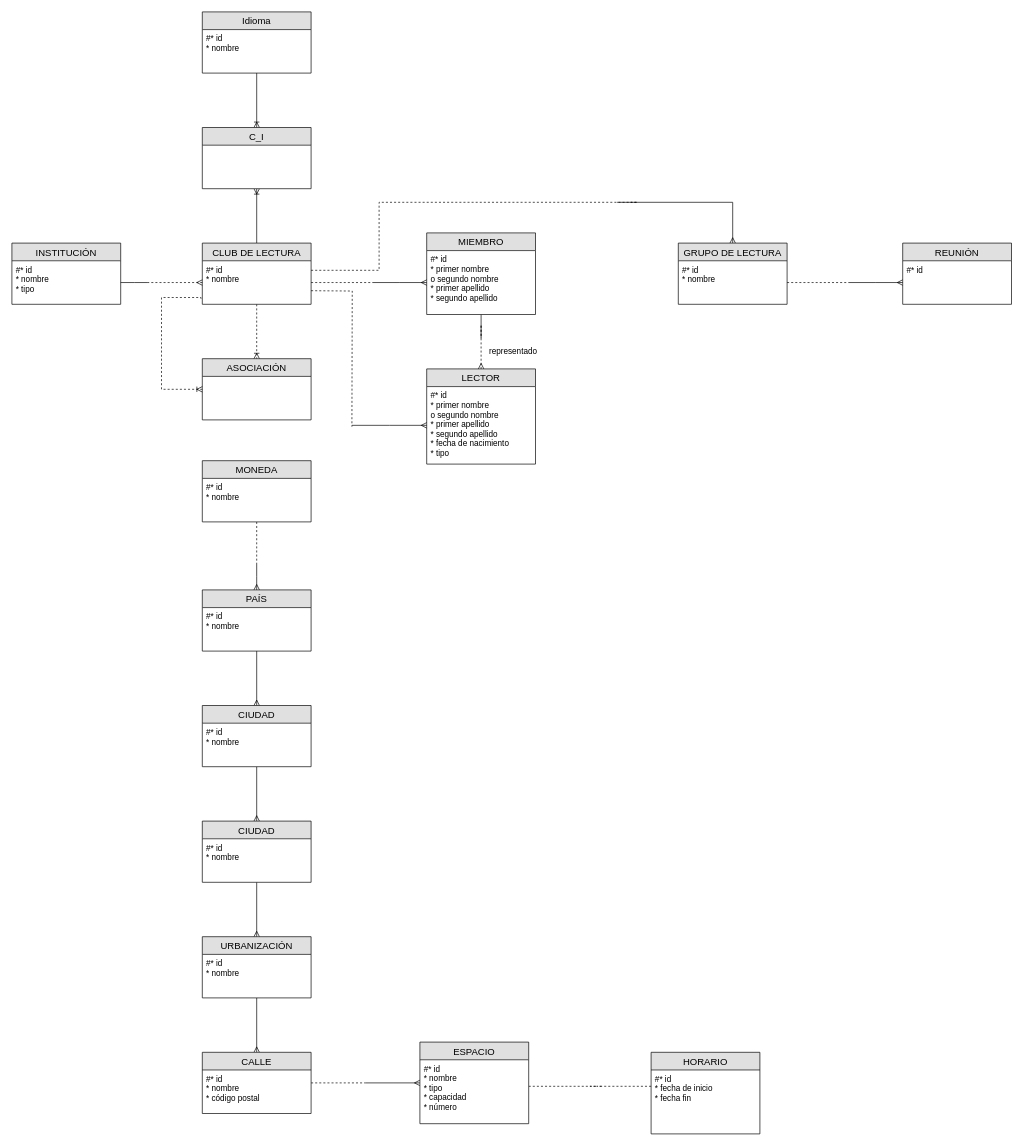
The draw.io diagram DB I/ER.drawio in NeutronBlast/IS-Ex, before the edit. Source tidied: cells renumbered, new cells numbered last; positions are measured from the earlier drawing's top-left corner, leaving out a move shared by most shapes. Both pictures are drawn from the tidied source at 68%, with x=0, y=0 at pixel (12, 12).
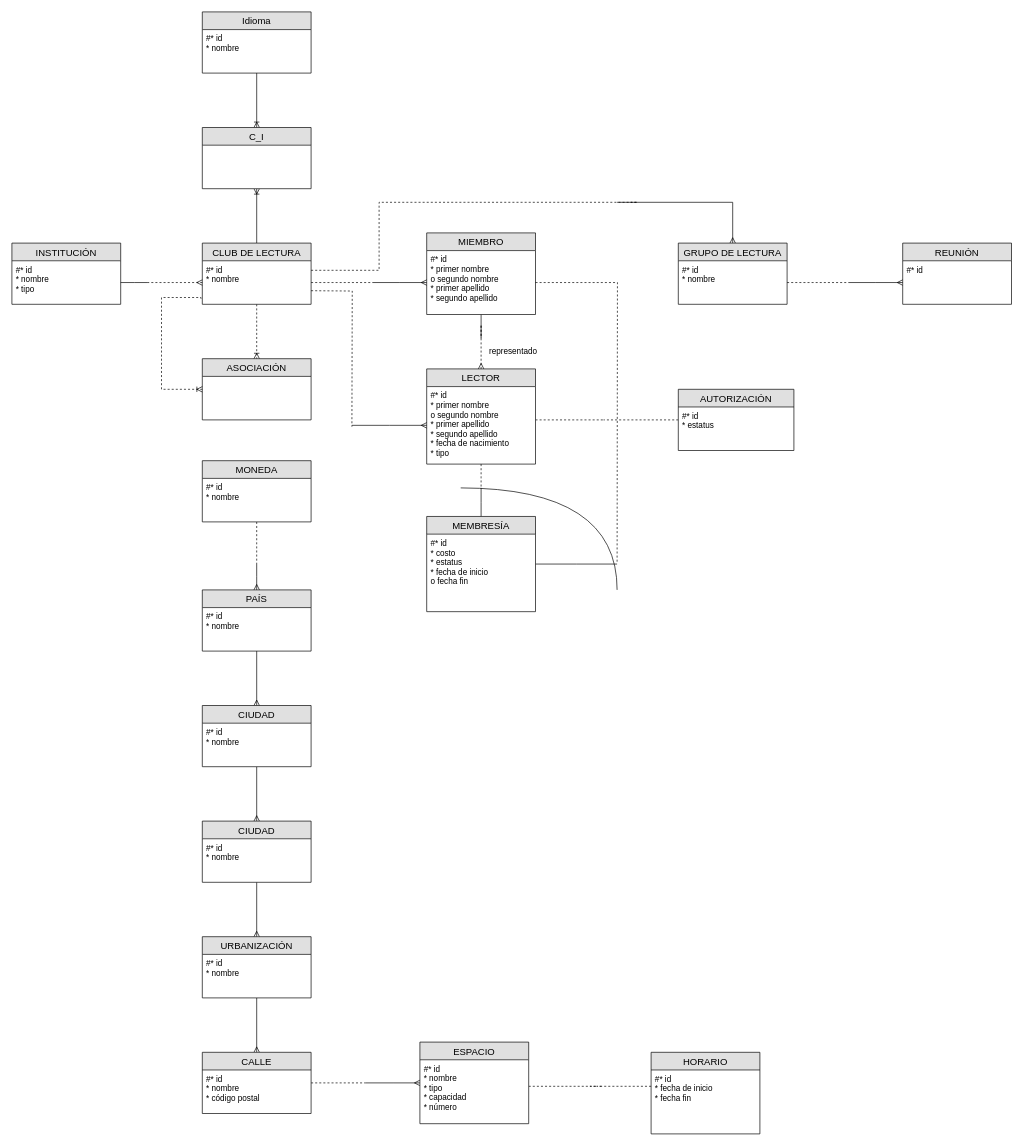
After the change.

The change refers to these unchanged cells:
```xml
<mxCell id="18" value="#* id&#10;* primer nombre&#10;o segundo nombre&#10;* primer apellido&#10;* segundo apellido" style="text;strokeColor=none;fillColor=none;spacingLeft=4;spacingRight=4;overflow=hidden;points=[[0,0.5],[1,0.5]];portConstraint=eastwest;fontSize=12;" parent="17" vertex="1">
  <mxGeometry y="26" width="160" height="94" as="geometry" />
</mxCell>
<mxCell id="20" value="LECTOR" style="swimlane;fontStyle=0;horizontal=1;startSize=26;fillColor=#e0e0e0;swimlaneFillColor=#ffffff;align=center;fontSize=14;" parent="1" vertex="1">
  <mxGeometry x="610" y="525" width="160" height="140" as="geometry" />
</mxCell>
```

What changed in the source:
```diff
@@
+    <mxCell id="61" style="edgeStyle=orthogonalEdgeStyle;rounded=0;jettySize=auto;html=1;startArrow=none;startFill=0;endArrow=none;endFill=0;dashed=1;" parent="1" edge="1" source="20">
+      <mxGeometry relative="1" as="geometry">
+        <mxPoint x="690" y="700" as="targetPoint" />
+      </mxGeometry>
+    </mxCell>
+    <mxCell id="62" style="edgeStyle=orthogonalEdgeStyle;rounded=0;jettySize=auto;html=1;startArrow=none;startFill=0;endArrow=none;endFill=0;dashed=1;" parent="1" edge="1" source="20">
+      <mxGeometry relative="1" as="geometry">
+        <mxPoint x="870" y="600" as="targetPoint" />
+        <Array as="points">
+          <mxPoint x="790" y="600" />
+          <mxPoint x="790" y="600" />
+        </Array>
+      </mxGeometry>
+    </mxCell>
@@
+    <mxCell id="63" style="edgeStyle=orthogonalEdgeStyle;rounded=0;jettySize=auto;html=1;startArrow=none;startFill=0;endArrow=none;endFill=0;" parent="1" edge="1" source="65">
+      <mxGeometry relative="1" as="geometry">
+        <mxPoint x="690" y="700" as="targetPoint" />
+      </mxGeometry>
+    </mxCell>
+    <mxCell id="64" style="edgeStyle=orthogonalEdgeStyle;rounded=0;jettySize=auto;html=1;startArrow=none;startFill=0;endArrow=none;endFill=0;" parent="1" edge="1" source="65">
+      <mxGeometry relative="1" as="geometry">
+        <mxPoint x="890" y="812" as="targetPoint" />
+      </mxGeometry>
+    </mxCell>
+    <mxCell id="65" value="MEMBRESÍA" style="swimlane;fontStyle=0;horizontal=1;startSize=26;fillColor=#e0e0e0;swimlaneFillColor=#ffffff;align=center;fontSize=14;" parent="1" vertex="1">
+      <mxGeometry x="610" y="742" width="160" height="140" as="geometry" />
+    </mxCell>
+    <mxCell id="66" value="#* id&#10;* costo&#10;* estatus&#10;* fecha de inicio&#10;o fecha fin" style="text;strokeColor=none;fillColor=none;spacingLeft=4;spacingRight=4;overflow=hidden;fontSize=12;" parent="65" vertex="1">
+      <mxGeometry y="26" width="160" height="114" as="geometry" />
+    </mxCell>
+    <mxCell id="67" style="edgeStyle=orthogonalEdgeStyle;rounded=0;jettySize=auto;html=1;startArrow=none;startFill=0;endArrow=none;endFill=0;dashed=1;" parent="1" edge="1" source="18">
+      <mxGeometry relative="1" as="geometry">
+        <mxPoint x="890" y="810" as="targetPoint" />
+      </mxGeometry>
+    </mxCell>
+    <mxCell id="68" style="endArrow=none;html=1;edgeStyle=orthogonalEdgeStyle;curved=1;" parent="1" edge="1">
+      <mxGeometry relative="1" as="geometry">
+        <mxPoint x="660" y="700" as="sourcePoint" />
+        <mxPoint x="890" y="850" as="targetPoint" />
+      </mxGeometry>
+    </mxCell>
+    <mxCell id="69" style="edgeStyle=orthogonalEdgeStyle;rounded=0;jettySize=auto;html=1;startArrow=none;startFill=0;endArrow=none;endFill=0;dashed=1;" parent="1" edge="1" source="70">
+      <mxGeometry relative="1" as="geometry">
+        <mxPoint x="870" y="600" as="targetPoint" />
+      </mxGeometry>
+    </mxCell>
+    <mxCell id="70" value="AUTORIZACIÓN" style="swimlane;fontStyle=0;horizontal=1;startSize=26;fillColor=#e0e0e0;swimlaneFillColor=#ffffff;align=center;fontSize=14;" parent="1" vertex="1">
+      <mxGeometry x="980" y="555" width="170" height="90" as="geometry" />
+    </mxCell>
+    <mxCell id="71" value="#* id&#10;* estatus" style="text;strokeColor=none;fillColor=none;spacingLeft=4;spacingRight=4;overflow=hidden;fontSize=12;" parent="70" vertex="1">
+      <mxGeometry y="26" width="170" height="64" as="geometry" />
+    </mxCell>
```
